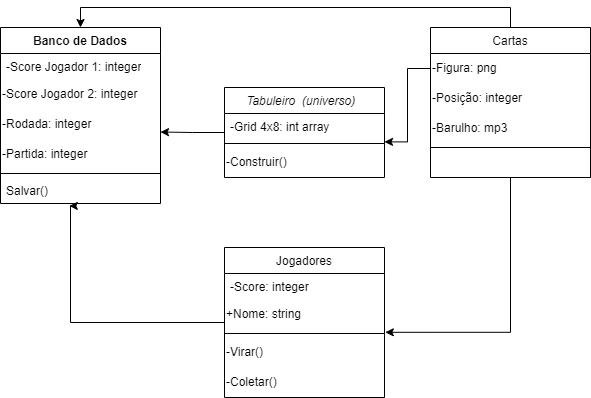
The draw.io diagram Diagrama de Classes.drawio.png in FelipeRibeirooo/Entrega-03-OO-UML, before a commit. Source tidied: cells renumbered, new cells last; positions are measured from the earlier drawing's top-left corner, leaving out a move shared by most shapes.
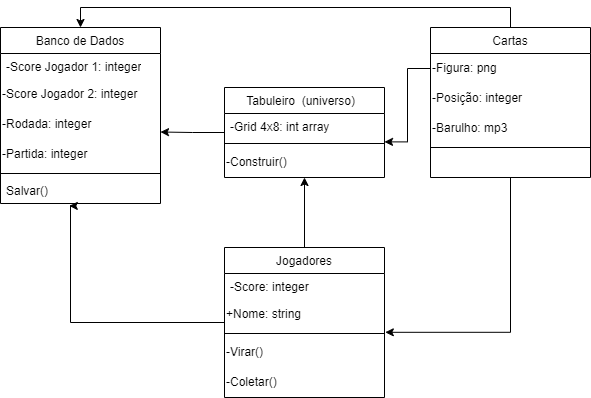
After the commit.

What changed in the source:
```diff
@@ -5,7 +5,7 @@
     <mxCell id="2" style="edgeStyle=orthogonalEdgeStyle;rounded=0;jettySize=auto;html=1;entryX=1;entryY=0.75;entryDx=0;entryDy=0;" parent="1" edge="1" source="3" target="22">
       <mxGeometry relative="1" as="geometry" />
     </mxCell>
-    <mxCell id="3" value="Tabuleiro  (universo)  " style="swimlane;fontStyle=2;align=center;verticalAlign=top;horizontal=1;startSize=26;rounded=0;shadow=0;strokeWidth=1;" parent="1" vertex="1">
+    <mxCell id="3" value="Tabuleiro  (universo)  " style="swimlane;fontStyle=0;align=center;verticalAlign=top;horizontal=1;startSize=26;rounded=0;shadow=0;strokeWidth=1;" parent="1" vertex="1">
       <mxGeometry x="224" y="80" width="160" height="90" as="geometry" />
     </mxCell>
     <mxCell id="4" value="-Grid 4x8: int array" style="text;align=left;verticalAlign=top;spacingLeft=4;spacingRight=4;overflow=hidden;" parent="3" vertex="1">
@@ -17,6 +17,9 @@
     <mxCell id="6" value="&lt;div align=&quot;left&quot;&gt;-Construir()&lt;/div&gt;" style="text;html=1;align=left;verticalAlign=middle;points=[];strokeColor=none;fillColor=none;" parent="3" vertex="1">
       <mxGeometry y="60" width="160" height="30" as="geometry" />
     </mxCell>
+    <mxCell id="29" style="edgeStyle=orthogonalEdgeStyle;rounded=0;jettySize=auto;html=1;" parent="1" edge="1" source="7" target="6">
+      <mxGeometry relative="1" as="geometry" />
+    </mxCell>
     <mxCell id="7" value="Jogadores" style="swimlane;fontStyle=0;align=center;verticalAlign=top;horizontal=1;startSize=26;rounded=0;shadow=0;strokeWidth=1;" parent="1" vertex="1">
       <mxGeometry x="224" y="240" width="160" height="150" as="geometry" />
     </mxCell>
@@ -58,7 +61,7 @@
     <mxCell id="18" style="line;html=1;strokeWidth=1;align=left;verticalAlign=middle;spacingTop=-1;spacingLeft=3;spacingRight=3;labelPosition=right;" parent="14" vertex="1">
       <mxGeometry y="116" width="160" height="8" as="geometry" />
     </mxCell>
-    <mxCell id="19" value="Banco de Dados" style="swimlane;fontStyle=1;align=center;verticalAlign=top;horizontal=1;startSize=26;whiteSpace=wrap;html=1;" parent="1" vertex="1">
+    <mxCell id="19" value="&lt;span style=&quot;font-weight: normal;&quot;&gt;Banco de Dados&lt;/span&gt;" style="swimlane;fontStyle=1;align=center;verticalAlign=top;horizontal=1;startSize=26;whiteSpace=wrap;html=1;" parent="1" vertex="1">
       <mxGeometry y="20" width="160" height="176" as="geometry" />
     </mxCell>
     <mxCell id="20" value="&lt;div&gt;-Score Jogador 1: integer &lt;br&gt;&lt;/div&gt;" style="text;strokeColor=none;fillColor=none;align=left;verticalAlign=top;spacingLeft=4;spacingRight=4;overflow=hidden;whiteSpace=wrap;html=1;" parent="19" vertex="1">
```
